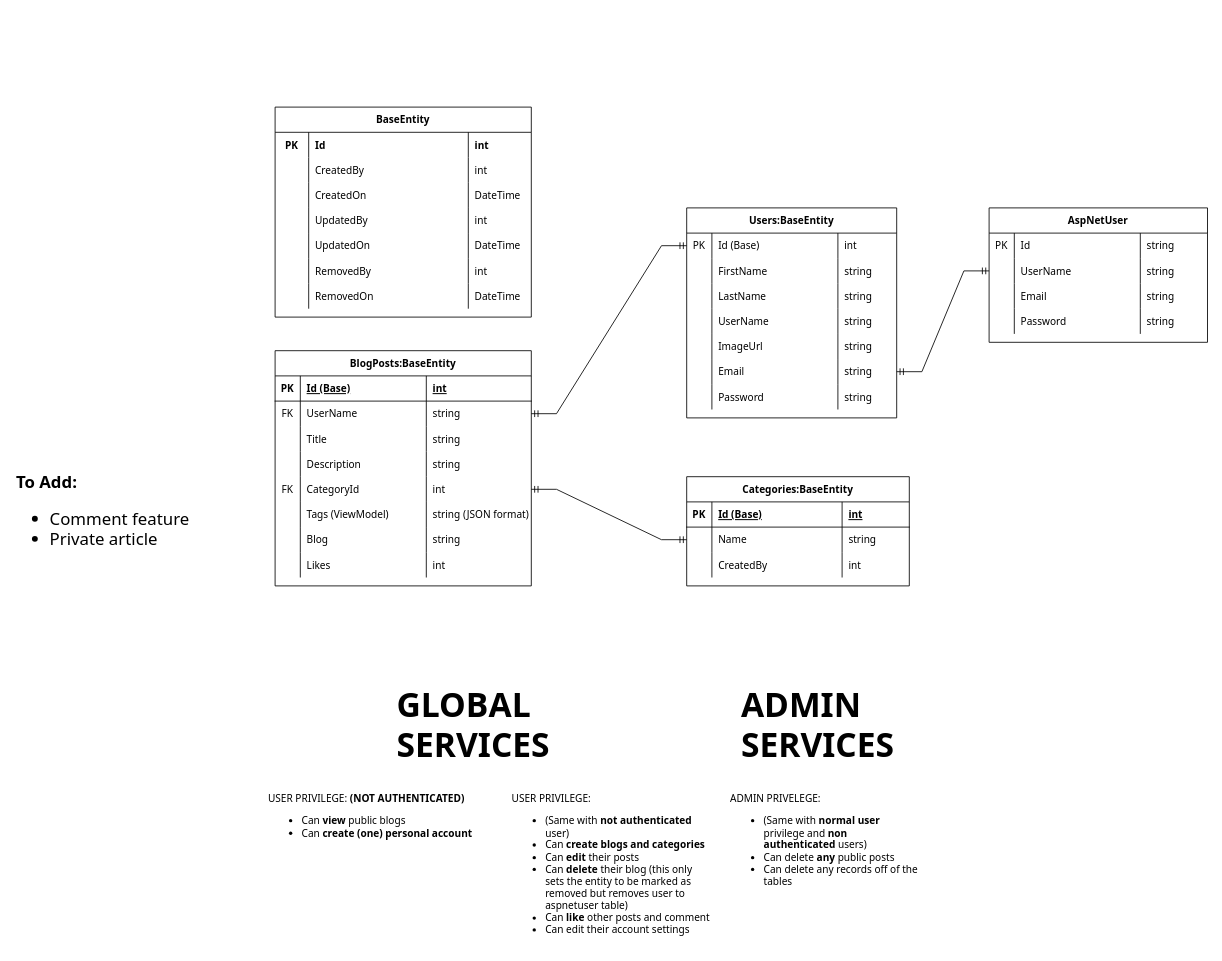
Earlier version of the draw.io diagram WeBlog.drawio (genebit/draw.io-diagrams). Source tidied: cells renumbered, new cells numbered last; positions are measured from the earlier drawing's top-left corner, leaving out a move shared by most shapes. Both pictures are drawn from the tidied source at 84%, with x=0, y=0 at pixel (14, 107).
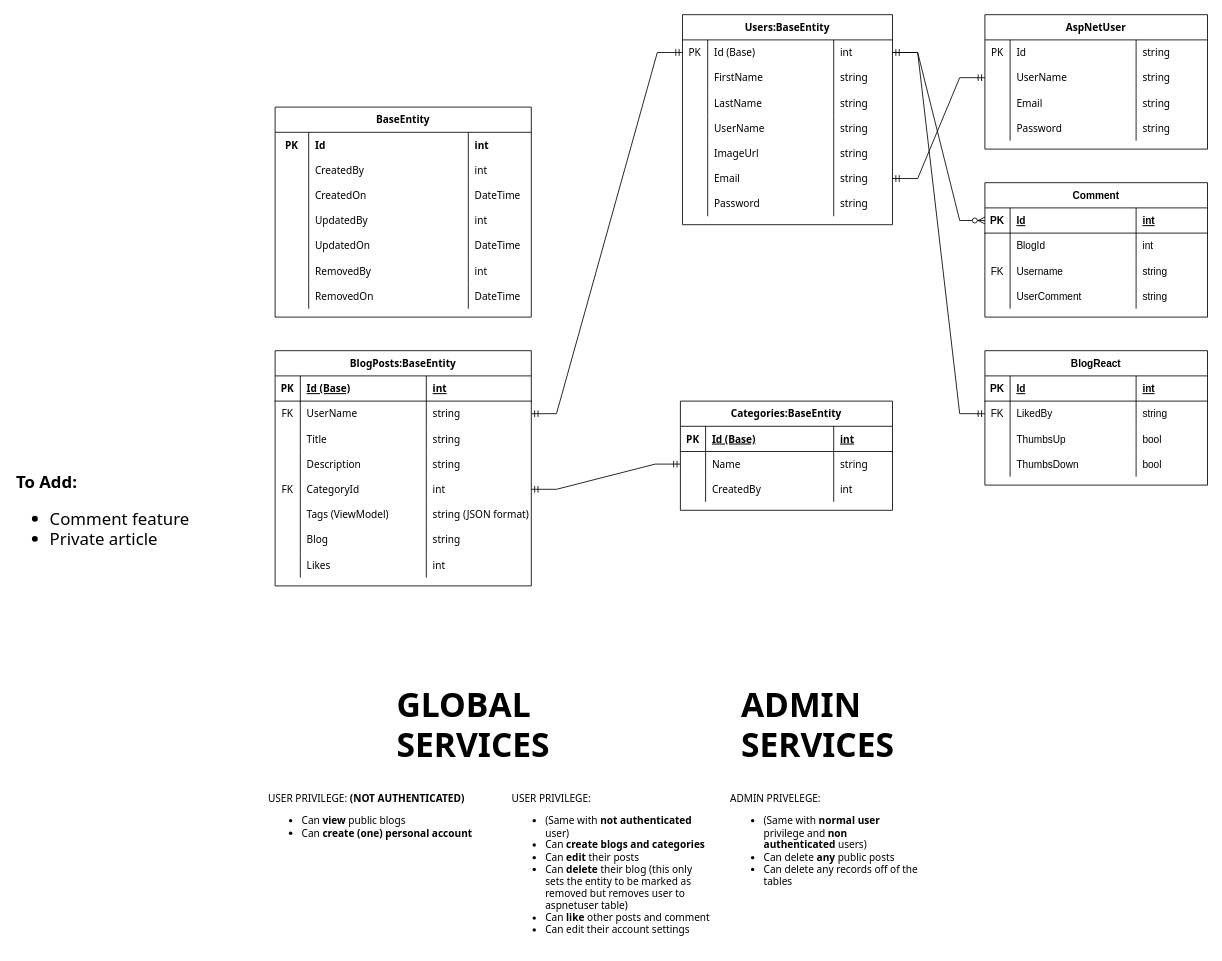
After the change.

The change refers to these unchanged cells:
```xml
<mxCell id="36" style="shape=tableRow;horizontal=0;startSize=0;swimlaneHead=0;swimlaneBody=0;fillColor=none;points=[[0,0.5],[1,0.5]];portConstraint=eastwest;top=0;left=0;right=0;bottom=0;fontFamily=Tahoma;" parent="35" vertex="1">
  <mxGeometry y="30" width="250" height="30" as="geometry" />
</mxCell>
```

Change to the diagram source:
```diff
@@
     <mxCell id="35" value="Users:BaseEntity" style="shape=table;startSize=30;childLayout=tableLayout;rowLines=0;fontStyle=1;align=center;fontFamily=Tahoma;" parent="1" vertex="1">
-      <mxGeometry x="800" y="120" width="250" height="250" as="geometry" />
+      <mxGeometry x="795" y="-110" width="250" height="250" as="geometry" />
     </mxCell>
@@
     <mxCell id="64" value="Categories:BaseEntity" style="shape=table;startSize=30;childLayout=tableLayout;rowLines=0;fontStyle=1;align=center;fontFamily=Tahoma;" parent="1" vertex="1">
-      <mxGeometry x="800" y="440" width="265" height="130" as="geometry" />
+      <mxGeometry x="792.5" y="350" width="252.5" height="130" as="geometry" />
     </mxCell>
     <mxCell id="65" style="shape=tableRow;horizontal=0;startSize=0;swimlaneHead=0;swimlaneBody=0;fillColor=none;top=0;left=0;right=0;bottom=1;fontFamily=Tahoma;" parent="64" vertex="1">
-      <mxGeometry y="30" width="265" height="30" as="geometry" />
+      <mxGeometry y="30" width="252.5" height="30" as="geometry" />
     </mxCell>
@@
     <mxCell id="67" value="Id (Base)" style="shape=partialRectangle;fillColor=none;top=0;left=0;bottom=0;right=0;align=left;spacingLeft=6;fontStyle=5;overflow=hidden;fontFamily=Tahoma;" parent="65" vertex="1">
-      <mxGeometry x="30" width="155" height="30" as="geometry" />
+      <mxGeometry x="30" width="152.5" height="30" as="geometry" />
     </mxCell>
     <mxCell id="68" value="int" style="shape=partialRectangle;fillColor=none;top=0;left=0;bottom=0;right=0;align=left;spacingLeft=6;fontStyle=5;overflow=hidden;fontFamily=Tahoma;" parent="65" vertex="1">
-      <mxGeometry x="185" width="80" height="30" as="geometry" />
+      <mxGeometry x="182.5" width="70" height="30" as="geometry" />
     </mxCell>
     <mxCell id="69" style="shape=tableRow;horizontal=0;startSize=0;swimlaneHead=0;swimlaneBody=0;fillColor=none;points=[[0,0.5],[1,0.5]];portConstraint=eastwest;top=0;left=0;right=0;bottom=0;fontFamily=Tahoma;" parent="64" vertex="1">
-      <mxGeometry y="60" width="265" height="30" as="geometry" />
+      <mxGeometry y="60" width="252.5" height="30" as="geometry" />
     </mxCell>
@@
     <mxCell id="71" value="Name" style="shape=partialRectangle;fillColor=none;top=0;left=0;bottom=0;right=0;align=left;spacingLeft=6;overflow=hidden;fontFamily=Tahoma;" parent="69" vertex="1">
-      <mxGeometry x="30" width="155" height="30" as="geometry" />
+      <mxGeometry x="30" width="152.5" height="30" as="geometry" />
     </mxCell>
     <mxCell id="72" value="string" style="shape=partialRectangle;fillColor=none;top=0;left=0;bottom=0;right=0;align=left;spacingLeft=6;overflow=hidden;fontFamily=Tahoma;" parent="69" vertex="1">
-      <mxGeometry x="185" width="80" height="30" as="geometry" />
+      <mxGeometry x="182.5" width="70" height="30" as="geometry" />
     </mxCell>
     <mxCell id="73" style="shape=tableRow;horizontal=0;startSize=0;swimlaneHead=0;swimlaneBody=0;fillColor=none;top=0;left=0;right=0;bottom=0;fontFamily=Tahoma;" parent="64" vertex="1">
-      <mxGeometry y="90" width="265" height="30" as="geometry" />
+      <mxGeometry y="90" width="252.5" height="30" as="geometry" />
     </mxCell>
@@
     <mxCell id="75" value="CreatedBy" style="shape=partialRectangle;fillColor=none;top=0;left=0;bottom=0;right=0;align=left;spacingLeft=6;overflow=hidden;fontFamily=Tahoma;" parent="73" vertex="1">
-      <mxGeometry x="30" width="155" height="30" as="geometry" />
+      <mxGeometry x="30" width="152.5" height="30" as="geometry" />
     </mxCell>
     <mxCell id="76" value="int" style="shape=partialRectangle;fillColor=none;top=0;left=0;bottom=0;right=0;align=left;spacingLeft=6;overflow=hidden;fontFamily=Tahoma;" parent="73" vertex="1">
-      <mxGeometry x="185" width="80" height="30" as="geometry" />
+      <mxGeometry x="182.5" width="70" height="30" as="geometry" />
     </mxCell>
@@
     <mxCell id="112" value="AspNetUser" style="shape=table;startSize=30;childLayout=tableLayout;rowLines=0;fontStyle=1;align=center;fontFamily=Tahoma;" parent="1" vertex="1">
-      <mxGeometry x="1160" y="120" width="260" height="160" as="geometry" />
+      <mxGeometry x="1155" y="-110" width="265" height="160" as="geometry" />
     </mxCell>
     <mxCell id="113" style="shape=tableRow;horizontal=0;startSize=0;swimlaneHead=0;swimlaneBody=0;fillColor=none;top=0;left=0;right=0;bottom=0;fontFamily=Tahoma;" parent="112" vertex="1">
-      <mxGeometry y="30" width="260" height="30" as="geometry" />
+      <mxGeometry y="30" width="265" height="30" as="geometry" />
     </mxCell>
@@
     <mxCell id="116" value="string" style="shape=partialRectangle;fillColor=none;top=0;left=0;bottom=0;right=0;align=left;spacingLeft=6;overflow=hidden;fontFamily=Tahoma;" parent="113" vertex="1">
-      <mxGeometry x="180" width="80" height="30" as="geometry" />
+      <mxGeometry x="180" width="85" height="30" as="geometry" />
     </mxCell>
     <mxCell id="117" style="shape=tableRow;horizontal=0;startSize=0;swimlaneHead=0;swimlaneBody=0;fillColor=none;points=[[0,0.5],[1,0.5]];portConstraint=eastwest;top=0;left=0;right=0;bottom=0;fontFamily=Tahoma;" parent="112" vertex="1">
-      <mxGeometry y="60" width="260" height="30" as="geometry" />
+      <mxGeometry y="60" width="265" height="30" as="geometry" />
     </mxCell>
@@
     <mxCell id="120" value="string" style="shape=partialRectangle;fillColor=none;top=0;left=0;bottom=0;right=0;align=left;spacingLeft=6;overflow=hidden;fontFamily=Tahoma;" parent="117" vertex="1">
-      <mxGeometry x="180" width="80" height="30" as="geometry" />
+      <mxGeometry x="180" width="85" height="30" as="geometry" />
     </mxCell>
     <mxCell id="121" style="shape=tableRow;horizontal=0;startSize=0;swimlaneHead=0;swimlaneBody=0;fillColor=none;top=0;left=0;right=0;bottom=0;fontFamily=Tahoma;" parent="112" vertex="1">
-      <mxGeometry y="90" width="260" height="30" as="geometry" />
+      <mxGeometry y="90" width="265" height="30" as="geometry" />
     </mxCell>
@@
     <mxCell id="124" value="string" style="shape=partialRectangle;fillColor=none;top=0;left=0;bottom=0;right=0;align=left;spacingLeft=6;overflow=hidden;fontFamily=Tahoma;" parent="121" vertex="1">
-      <mxGeometry x="180" width="80" height="30" as="geometry" />
+      <mxGeometry x="180" width="85" height="30" as="geometry" />
     </mxCell>
     <mxCell id="125" style="shape=tableRow;horizontal=0;startSize=0;swimlaneHead=0;swimlaneBody=0;fillColor=none;top=0;left=0;right=0;bottom=0;fontFamily=Tahoma;" parent="112" vertex="1">
-      <mxGeometry y="120" width="260" height="30" as="geometry" />
+      <mxGeometry y="120" width="265" height="30" as="geometry" />
     </mxCell>
@@
     <mxCell id="128" value="string" style="shape=partialRectangle;fillColor=none;top=0;left=0;bottom=0;right=0;align=left;spacingLeft=6;overflow=hidden;fontFamily=Tahoma;" parent="125" vertex="1">
-      <mxGeometry x="180" width="80" height="30" as="geometry" />
+      <mxGeometry x="180" width="85" height="30" as="geometry" />
     </mxCell>
@@
+    <mxCell id="132" value="Comment" style="shape=table;startSize=30;childLayout=tableLayout;rowLines=0;fontStyle=1;align=center;" parent="1" vertex="1">
+      <mxGeometry x="1155" y="90" width="265" height="160" as="geometry" />
+    </mxCell>
+    <mxCell id="133" style="shape=tableRow;horizontal=0;startSize=0;swimlaneHead=0;swimlaneBody=0;fillColor=none;points=[[0,0.5],[1,0.5]];portConstraint=eastwest;top=0;left=0;right=0;bottom=1;" parent="132" vertex="1">
+      <mxGeometry y="30" width="265" height="30" as="geometry" />
+    </mxCell>
+    <mxCell id="134" value="PK" style="shape=partialRectangle;fillColor=none;top=0;left=0;bottom=0;right=0;fontStyle=1;overflow=hidden;" parent="133" vertex="1">
+      <mxGeometry width="30" height="30" as="geometry" />
+    </mxCell>
+    <mxCell id="135" value="Id" style="shape=partialRectangle;fillColor=none;top=0;left=0;bottom=0;right=0;align=left;spacingLeft=6;fontStyle=5;overflow=hidden;" parent="133" vertex="1">
+      <mxGeometry x="30" width="150" height="30" as="geometry" />
+    </mxCell>
+    <mxCell id="136" value="int" style="shape=partialRectangle;fillColor=none;top=0;left=0;bottom=0;right=0;align=left;spacingLeft=6;fontStyle=5;overflow=hidden;" parent="133" vertex="1">
+      <mxGeometry x="180" width="85" height="30" as="geometry" />
+    </mxCell>
+    <mxCell id="137" style="shape=tableRow;horizontal=0;startSize=0;swimlaneHead=0;swimlaneBody=0;fillColor=none;top=0;left=0;right=0;bottom=0;" parent="132" vertex="1">
+      <mxGeometry y="60" width="265" height="30" as="geometry" />
+    </mxCell>
+    <mxCell id="138" style="shape=partialRectangle;fillColor=none;top=0;left=0;bottom=0;right=0;overflow=hidden;" parent="137" vertex="1">
+      <mxGeometry width="30" height="30" as="geometry" />
+    </mxCell>
+    <mxCell id="139" value="BlogId" style="shape=partialRectangle;fillColor=none;top=0;left=0;bottom=0;right=0;align=left;spacingLeft=6;overflow=hidden;" parent="137" vertex="1">
+      <mxGeometry x="30" width="150" height="30" as="geometry" />
+    </mxCell>
+    <mxCell id="140" value="int" style="shape=partialRectangle;fillColor=none;top=0;left=0;bottom=0;right=0;align=left;spacingLeft=6;overflow=hidden;" parent="137" vertex="1">
+      <mxGeometry x="180" width="85" height="30" as="geometry" />
+    </mxCell>
+    <mxCell id="141" style="shape=tableRow;horizontal=0;startSize=0;swimlaneHead=0;swimlaneBody=0;fillColor=none;top=0;left=0;right=0;bottom=0;" parent="132" vertex="1">
+      <mxGeometry y="90" width="265" height="30" as="geometry" />
+    </mxCell>
+    <mxCell id="142" value="FK" style="shape=partialRectangle;fillColor=none;top=0;left=0;bottom=0;right=0;overflow=hidden;" parent="141" vertex="1">
+      <mxGeometry width="30" height="30" as="geometry" />
+    </mxCell>
+    <mxCell id="143" value="Username" style="shape=partialRectangle;fillColor=none;top=0;left=0;bottom=0;right=0;align=left;spacingLeft=6;overflow=hidden;" parent="141" vertex="1">
+      <mxGeometry x="30" width="150" height="30" as="geometry" />
+    </mxCell>
+    <mxCell id="144" value="string" style="shape=partialRectangle;fillColor=none;top=0;left=0;bottom=0;right=0;align=left;spacingLeft=6;overflow=hidden;" parent="141" vertex="1">
+      <mxGeometry x="180" width="85" height="30" as="geometry" />
+    </mxCell>
+    <mxCell id="145" style="shape=tableRow;horizontal=0;startSize=0;swimlaneHead=0;swimlaneBody=0;fillColor=none;top=0;left=0;right=0;bottom=0;" parent="132" vertex="1">
+      <mxGeometry y="120" width="265" height="30" as="geometry" />
+    </mxCell>
+    <mxCell id="146" style="shape=partialRectangle;fillColor=none;top=0;left=0;bottom=0;right=0;overflow=hidden;" parent="145" vertex="1">
+      <mxGeometry width="30" height="30" as="geometry" />
+    </mxCell>
+    <mxCell id="147" value="UserComment" style="shape=partialRectangle;fillColor=none;top=0;left=0;bottom=0;right=0;align=left;spacingLeft=6;overflow=hidden;" parent="145" vertex="1">
+      <mxGeometry x="30" width="150" height="30" as="geometry" />
+    </mxCell>
+    <mxCell id="148" value="string" style="shape=partialRectangle;fillColor=none;top=0;left=0;bottom=0;right=0;align=left;spacingLeft=6;overflow=hidden;" parent="145" vertex="1">
+      <mxGeometry x="180" width="85" height="30" as="geometry" />
+    </mxCell>
+    <mxCell id="149" value="BlogReact" style="shape=table;startSize=30;childLayout=tableLayout;rowLines=0;fontStyle=1;align=center;" parent="1" vertex="1">
+      <mxGeometry x="1155" y="290" width="265" height="160" as="geometry" />
+    </mxCell>
+    <mxCell id="150" style="shape=tableRow;horizontal=0;startSize=0;swimlaneHead=0;swimlaneBody=0;fillColor=none;top=0;left=0;right=0;bottom=1;" parent="149" vertex="1">
+      <mxGeometry y="30" width="265" height="30" as="geometry" />
+    </mxCell>
+    <mxCell id="151" value="PK" style="shape=partialRectangle;fillColor=none;top=0;left=0;bottom=0;right=0;fontStyle=1;overflow=hidden;" parent="150" vertex="1">
+      <mxGeometry width="30" height="30" as="geometry" />
+    </mxCell>
+    <mxCell id="152" value="Id" style="shape=partialRectangle;fillColor=none;top=0;left=0;bottom=0;right=0;align=left;spacingLeft=6;fontStyle=5;overflow=hidden;" parent="150" vertex="1">
+      <mxGeometry x="30" width="150" height="30" as="geometry" />
+    </mxCell>
+    <mxCell id="153" value="int" style="shape=partialRectangle;fillColor=none;top=0;left=0;bottom=0;right=0;align=left;spacingLeft=6;fontStyle=5;overflow=hidden;" parent="150" vertex="1">
+      <mxGeometry x="180" width="85" height="30" as="geometry" />
+    </mxCell>
+    <mxCell id="154" style="shape=tableRow;horizontal=0;startSize=0;swimlaneHead=0;swimlaneBody=0;fillColor=none;points=[[0,0.5],[1,0.5]];portConstraint=eastwest;top=0;left=0;right=0;bottom=0;" parent="149" vertex="1">
+      <mxGeometry y="60" width="265" height="30" as="geometry" />
+    </mxCell>
+    <mxCell id="155" value="FK" style="shape=partialRectangle;fillColor=none;top=0;left=0;bottom=0;right=0;overflow=hidden;" parent="154" vertex="1">
+      <mxGeometry width="30" height="30" as="geometry" />
+    </mxCell>
+    <mxCell id="156" value="LikedBy" style="shape=partialRectangle;fillColor=none;top=0;left=0;bottom=0;right=0;align=left;spacingLeft=6;overflow=hidden;" parent="154" vertex="1">
+      <mxGeometry x="30" width="150" height="30" as="geometry" />
+    </mxCell>
+    <mxCell id="157" value="string" style="shape=partialRectangle;fillColor=none;top=0;left=0;bottom=0;right=0;align=left;spacingLeft=6;overflow=hidden;" parent="154" vertex="1">
+      <mxGeometry x="180" width="85" height="30" as="geometry" />
+    </mxCell>
+    <mxCell id="158" style="shape=tableRow;horizontal=0;startSize=0;swimlaneHead=0;swimlaneBody=0;fillColor=none;top=0;left=0;right=0;bottom=0;" parent="149" vertex="1">
+      <mxGeometry y="90" width="265" height="30" as="geometry" />
+    </mxCell>
+    <mxCell id="159" style="shape=partialRectangle;fillColor=none;top=0;left=0;bottom=0;right=0;overflow=hidden;" parent="158" vertex="1">
+      <mxGeometry width="30" height="30" as="geometry" />
+    </mxCell>
+    <mxCell id="160" value="ThumbsUp" style="shape=partialRectangle;fillColor=none;top=0;left=0;bottom=0;right=0;align=left;spacingLeft=6;overflow=hidden;" parent="158" vertex="1">
+      <mxGeometry x="30" width="150" height="30" as="geometry" />
+    </mxCell>
+    <mxCell id="161" value="bool" style="shape=partialRectangle;fillColor=none;top=0;left=0;bottom=0;right=0;align=left;spacingLeft=6;overflow=hidden;" parent="158" vertex="1">
+      <mxGeometry x="180" width="85" height="30" as="geometry" />
+    </mxCell>
+    <mxCell id="162" style="shape=tableRow;horizontal=0;startSize=0;swimlaneHead=0;swimlaneBody=0;fillColor=none;top=0;left=0;right=0;bottom=0;" parent="149" vertex="1">
+      <mxGeometry y="120" width="265" height="30" as="geometry" />
+    </mxCell>
+    <mxCell id="163" style="shape=partialRectangle;fillColor=none;top=0;left=0;bottom=0;right=0;overflow=hidden;" parent="162" vertex="1">
+      <mxGeometry width="30" height="30" as="geometry" />
+    </mxCell>
+    <mxCell id="164" value="ThumbsDown" style="shape=partialRectangle;fillColor=none;top=0;left=0;bottom=0;right=0;align=left;spacingLeft=6;overflow=hidden;" parent="162" vertex="1">
+      <mxGeometry x="30" width="150" height="30" as="geometry" />
+    </mxCell>
+    <mxCell id="165" value="bool" style="shape=partialRectangle;fillColor=none;top=0;left=0;bottom=0;right=0;align=left;spacingLeft=6;overflow=hidden;" parent="162" vertex="1">
+      <mxGeometry x="180" width="85" height="30" as="geometry" />
+    </mxCell>
+    <mxCell id="166" style="edgeStyle=entityRelationEdgeStyle;fontSize=12;html=1;endArrow=ERzeroToMany;endFill=1;rounded=0;entryX=0;entryY=0.5;entryDx=0;entryDy=0;" parent="1" edge="1" source="36" target="133">
+      <mxGeometry relative="1" as="geometry" />
+    </mxCell>
+    <mxCell id="167" style="edgeStyle=entityRelationEdgeStyle;fontSize=12;html=1;endArrow=ERmandOne;endFill=0;rounded=0;exitX=1;exitY=0.5;exitDx=0;exitDy=0;startArrow=ERmandOne;startFill=0;entryX=0;entryY=0.5;entryDx=0;entryDy=0;" parent="1" edge="1" source="36" target="154">
+      <mxGeometry relative="1" as="geometry" />
+    </mxCell>
```
